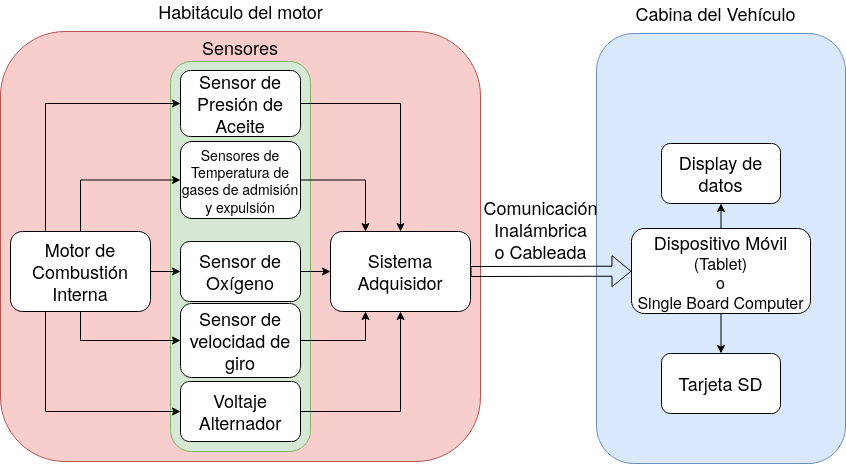
Earlier version of the draw.io export Figuras/diagrama_proyecto.png (mignacio/Plantilla-planificacion). Source tidied: cells renumbered, new cells last; positions are measured from the earlier drawing's top-left corner, leaving out a move shared by most shapes. Source of this version:
```xml
<mxGraphModel>
  <root>
    <mxCell id="0" />
    <mxCell id="1" parent="0" />
    <mxCell id="2" style="rounded=1;whiteSpace=wrap;html=1;glass=0;labelBackgroundColor=none;fillColor=#dae8fc;strokeColor=#6c8ebf;" parent="1" vertex="1">
      <mxGeometry x="596" y="32" width="249" height="430" as="geometry" />
    </mxCell>
    <mxCell id="3" style="rounded=1;whiteSpace=wrap;html=1;glass=0;labelBackgroundColor=none;fillColor=#f8cecc;strokeColor=#b85450;" parent="1" vertex="1">
      <mxGeometry y="30" width="480" height="430" as="geometry" />
    </mxCell>
    <mxCell id="4" style="rounded=1;whiteSpace=wrap;html=1;fillColor=#d5e8d4;strokeColor=#82b366;glass=0;" parent="1" vertex="1">
      <mxGeometry x="170" y="60" width="140" height="390" as="geometry" />
    </mxCell>
    <mxCell id="5" style="edgeStyle=orthogonalEdgeStyle;rounded=0;jettySize=auto;html=1;exitX=0.25;exitY=0;exitDx=0;exitDy=0;entryX=0;entryY=0.5;entryDx=0;entryDy=0;" parent="1" edge="1" source="10" target="12">
      <mxGeometry relative="1" as="geometry" />
    </mxCell>
    <mxCell id="6" style="edgeStyle=orthogonalEdgeStyle;rounded=0;jettySize=auto;html=1;exitX=0.5;exitY=0;exitDx=0;exitDy=0;entryX=0;entryY=0.5;entryDx=0;entryDy=0;" parent="1" edge="1" source="10" target="14">
      <mxGeometry relative="1" as="geometry" />
    </mxCell>
    <mxCell id="7" style="edgeStyle=orthogonalEdgeStyle;rounded=0;jettySize=auto;html=1;exitX=0.5;exitY=1;exitDx=0;exitDy=0;entryX=0;entryY=0.5;entryDx=0;entryDy=0;" parent="1" edge="1" source="10" target="16">
      <mxGeometry relative="1" as="geometry" />
    </mxCell>
    <mxCell id="8" style="edgeStyle=orthogonalEdgeStyle;rounded=0;jettySize=auto;html=1;exitX=1;exitY=0.5;exitDx=0;exitDy=0;entryX=0;entryY=0.5;entryDx=0;entryDy=0;" parent="1" edge="1" source="10" target="18">
      <mxGeometry relative="1" as="geometry" />
    </mxCell>
    <mxCell id="9" style="edgeStyle=orthogonalEdgeStyle;rounded=0;jettySize=auto;html=1;exitX=0.25;exitY=1;exitDx=0;exitDy=0;entryX=0;entryY=0.5;entryDx=0;entryDy=0;" parent="1" edge="1" source="10" target="20">
      <mxGeometry relative="1" as="geometry" />
    </mxCell>
    <mxCell id="10" value="&lt;font style=&quot;font-size: 18px&quot;&gt;Motor de Combustión Interna&lt;/font&gt;" style="rounded=1;whiteSpace=wrap;html=1;" parent="1" vertex="1">
      <mxGeometry x="10" y="230" width="140" height="80" as="geometry" />
    </mxCell>
    <mxCell id="11" style="edgeStyle=orthogonalEdgeStyle;rounded=0;jettySize=auto;html=1;exitX=1;exitY=0.5;exitDx=0;exitDy=0;entryX=0.5;entryY=0;entryDx=0;entryDy=0;" parent="1" edge="1" source="12" target="21">
      <mxGeometry relative="1" as="geometry" />
    </mxCell>
    <mxCell id="12" value="&lt;font style=&quot;font-size: 18px&quot;&gt;Sensor de Presión de Aceite&lt;/font&gt;" style="rounded=1;whiteSpace=wrap;html=1;" parent="1" vertex="1">
      <mxGeometry x="180" y="69" width="120" height="66" as="geometry" />
    </mxCell>
    <mxCell id="13" style="edgeStyle=orthogonalEdgeStyle;rounded=0;jettySize=auto;html=1;exitX=1;exitY=0.5;exitDx=0;exitDy=0;entryX=0.25;entryY=0;entryDx=0;entryDy=0;" parent="1" edge="1" source="14" target="21">
      <mxGeometry relative="1" as="geometry" />
    </mxCell>
    <mxCell id="14" value="&lt;div&gt;&lt;font style=&quot;font-size: 14px&quot;&gt;Sensores de Temperatura de gases de admisión y expulsión&lt;/font&gt;&lt;/div&gt;" style="rounded=1;whiteSpace=wrap;html=1;" parent="1" vertex="1">
      <mxGeometry x="180" y="140" width="120" height="77" as="geometry" />
    </mxCell>
    <mxCell id="15" style="edgeStyle=orthogonalEdgeStyle;rounded=0;jettySize=auto;html=1;exitX=1;exitY=0.5;exitDx=0;exitDy=0;entryX=0.25;entryY=1;entryDx=0;entryDy=0;" parent="1" edge="1" source="16" target="21">
      <mxGeometry relative="1" as="geometry" />
    </mxCell>
    <mxCell id="16" value="&lt;font style=&quot;font-size: 18px&quot;&gt;Sensor de velocidad de giro&lt;/font&gt;" style="rounded=1;whiteSpace=wrap;html=1;" parent="1" vertex="1">
      <mxGeometry x="180" y="302" width="120" height="74" as="geometry" />
    </mxCell>
    <mxCell id="17" style="edgeStyle=orthogonalEdgeStyle;rounded=0;jettySize=auto;html=1;exitX=1;exitY=0.5;exitDx=0;exitDy=0;entryX=0;entryY=0.5;entryDx=0;entryDy=0;" parent="1" edge="1" source="18" target="21">
      <mxGeometry relative="1" as="geometry" />
    </mxCell>
    <mxCell id="18" value="&lt;font style=&quot;font-size: 18px&quot;&gt;Sensor de Oxígeno&lt;/font&gt;" style="rounded=1;whiteSpace=wrap;html=1;" parent="1" vertex="1">
      <mxGeometry x="180" y="240" width="120" height="60" as="geometry" />
    </mxCell>
    <mxCell id="19" style="edgeStyle=orthogonalEdgeStyle;rounded=0;jettySize=auto;html=1;exitX=1;exitY=0.5;exitDx=0;exitDy=0;entryX=0.5;entryY=1;entryDx=0;entryDy=0;" parent="1" edge="1" source="20" target="21">
      <mxGeometry relative="1" as="geometry" />
    </mxCell>
    <mxCell id="20" value="&lt;font style=&quot;font-size: 18px&quot;&gt;Voltaje Alternador&lt;/font&gt;" style="rounded=1;whiteSpace=wrap;html=1;" parent="1" vertex="1">
      <mxGeometry x="180" y="380" width="120" height="60" as="geometry" />
    </mxCell>
    <mxCell id="21" value="&lt;font style=&quot;font-size: 18px&quot;&gt;Sistema Adquisidor&lt;/font&gt;" style="rounded=1;whiteSpace=wrap;html=1;" parent="1" vertex="1">
      <mxGeometry x="330" y="230" width="140" height="80" as="geometry" />
    </mxCell>
    <mxCell id="22" style="edgeStyle=orthogonalEdgeStyle;rounded=0;jettySize=auto;html=1;exitX=0.5;exitY=0;exitDx=0;exitDy=0;entryX=0.5;entryY=1;entryDx=0;entryDy=0;" parent="1" edge="1" source="24" target="27">
      <mxGeometry relative="1" as="geometry" />
    </mxCell>
    <mxCell id="23" style="edgeStyle=orthogonalEdgeStyle;rounded=0;jettySize=auto;html=1;exitX=0.5;exitY=1;exitDx=0;exitDy=0;entryX=0.5;entryY=0;entryDx=0;entryDy=0;" parent="1" edge="1" source="24" target="28">
      <mxGeometry relative="1" as="geometry" />
    </mxCell>
    <mxCell id="24" value="&lt;div&gt;&lt;font style=&quot;font-size: 18px&quot;&gt;Dispositivo Móvil&lt;/font&gt;&lt;/div&gt;&lt;div&gt;&lt;font size=&quot;3&quot;&gt;(Tablet)&lt;/font&gt;&lt;/div&gt;&lt;div&gt;&lt;font size=&quot;3&quot;&gt;o &lt;br&gt;&lt;/font&gt;&lt;/div&gt;&lt;div&gt;&lt;font size=&quot;3&quot;&gt;Single Board Computer&lt;br&gt;&lt;/font&gt;&lt;/div&gt;" style="rounded=1;whiteSpace=wrap;html=1;" parent="1" vertex="1">
      <mxGeometry x="631" y="227" width="179" height="85" as="geometry" />
    </mxCell>
    <mxCell id="25" value="&lt;font style=&quot;font-size: 18px&quot;&gt;Sensores&lt;/font&gt;" style="text;html=1;strokeColor=none;fillColor=none;align=center;verticalAlign=middle;whiteSpace=wrap;rounded=0;glass=0;" parent="1" vertex="1">
      <mxGeometry x="190" y="36" width="100" height="20" as="geometry" />
    </mxCell>
    <mxCell id="26" value="&lt;font style=&quot;font-size: 18px&quot;&gt;Habitáculo del motor&lt;/font&gt;" style="text;html=1;strokeColor=none;fillColor=none;align=center;verticalAlign=middle;whiteSpace=wrap;rounded=0;glass=0;labelBackgroundColor=none;" parent="1" vertex="1">
      <mxGeometry x="143.5" width="193" height="20" as="geometry" />
    </mxCell>
    <mxCell id="27" value="&lt;font style=&quot;font-size: 18px&quot;&gt;Display de datos&lt;/font&gt;" style="rounded=1;whiteSpace=wrap;html=1;glass=0;labelBackgroundColor=none;" parent="1" vertex="1">
      <mxGeometry x="661" y="142" width="119" height="60" as="geometry" />
    </mxCell>
    <mxCell id="28" value="&lt;font style=&quot;font-size: 18px&quot;&gt;Tarjeta SD&lt;/font&gt;" style="rounded=1;whiteSpace=wrap;html=1;glass=0;labelBackgroundColor=none;" parent="1" vertex="1">
      <mxGeometry x="661" y="352" width="119" height="60" as="geometry" />
    </mxCell>
    <mxCell id="29" value="&lt;font style=&quot;font-size: 18px&quot;&gt;Cabina del Vehículo&lt;/font&gt;" style="text;html=1;strokeColor=none;fillColor=none;align=center;verticalAlign=middle;whiteSpace=wrap;rounded=0;glass=0;labelBackgroundColor=none;" parent="1" vertex="1">
      <mxGeometry x="631" y="2" width="169" height="20" as="geometry" />
    </mxCell>
    <mxCell id="30" style="shape=flexArrow;endArrow=classic;html=1;exitX=1;exitY=0.5;exitDx=0;exitDy=0;" parent="1" edge="1" source="21" target="24">
      <mxGeometry relative="1" as="geometry" />
    </mxCell>
    <mxCell id="31" value="&lt;div&gt;&lt;font style=&quot;font-size: 18px&quot;&gt;Comunicación Inalámbrica&lt;/font&gt;&lt;/div&gt;&lt;div&gt;&lt;font style=&quot;font-size: 18px&quot;&gt; o Cableada&lt;/font&gt;&lt;/div&gt;" style="text;html=1;strokeColor=none;fillColor=none;align=center;verticalAlign=middle;whiteSpace=wrap;rounded=0;glass=0;labelBackgroundColor=none;" parent="1" vertex="1">
      <mxGeometry x="444" y="218" width="193" height="20" as="geometry" />
    </mxCell>
  </root>
</mxGraphModel>
```
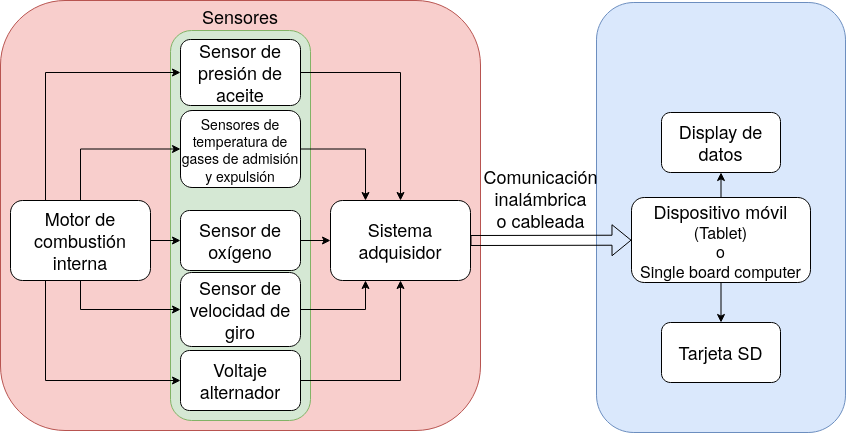
The same diagram one commit later.

Commit message:
corrección en textos de diagrama en bloques

The edit, as a diff of the source:
```diff
@@ -26,19 +26,19 @@
     <mxCell id="9" style="edgeStyle=orthogonalEdgeStyle;rounded=0;jettySize=auto;html=1;exitX=0.25;exitY=1;exitDx=0;exitDy=0;entryX=0;entryY=0.5;entryDx=0;entryDy=0;" parent="1" edge="1" source="10" target="20">
       <mxGeometry relative="1" as="geometry" />
     </mxCell>
-    <mxCell id="10" value="&lt;font style=&quot;font-size: 18px&quot;&gt;Motor de Combustión Interna&lt;/font&gt;" style="rounded=1;whiteSpace=wrap;html=1;" parent="1" vertex="1">
+    <mxCell id="10" value="&lt;font style=&quot;font-size: 18px&quot;&gt;Motor de combustión interna&lt;/font&gt;" style="rounded=1;whiteSpace=wrap;html=1;" parent="1" vertex="1">
       <mxGeometry x="10" y="230" width="140" height="80" as="geometry" />
     </mxCell>
     <mxCell id="11" style="edgeStyle=orthogonalEdgeStyle;rounded=0;jettySize=auto;html=1;exitX=1;exitY=0.5;exitDx=0;exitDy=0;entryX=0.5;entryY=0;entryDx=0;entryDy=0;" parent="1" edge="1" source="12" target="21">
       <mxGeometry relative="1" as="geometry" />
     </mxCell>
-    <mxCell id="12" value="&lt;font style=&quot;font-size: 18px&quot;&gt;Sensor de Presión de Aceite&lt;/font&gt;" style="rounded=1;whiteSpace=wrap;html=1;" parent="1" vertex="1">
+    <mxCell id="12" value="&lt;font style=&quot;font-size: 18px&quot;&gt;Sensor de presión de aceite&lt;br&gt;&lt;/font&gt;" style="rounded=1;whiteSpace=wrap;html=1;" parent="1" vertex="1">
       <mxGeometry x="180" y="69" width="120" height="66" as="geometry" />
     </mxCell>
     <mxCell id="13" style="edgeStyle=orthogonalEdgeStyle;rounded=0;jettySize=auto;html=1;exitX=1;exitY=0.5;exitDx=0;exitDy=0;entryX=0.25;entryY=0;entryDx=0;entryDy=0;" parent="1" edge="1" source="14" target="21">
       <mxGeometry relative="1" as="geometry" />
     </mxCell>
-    <mxCell id="14" value="&lt;div&gt;&lt;font style=&quot;font-size: 14px&quot;&gt;Sensores de Temperatura de gases de admisión y expulsión&lt;/font&gt;&lt;/div&gt;" style="rounded=1;whiteSpace=wrap;html=1;" parent="1" vertex="1">
+    <mxCell id="14" value="&lt;div&gt;&lt;font style=&quot;font-size: 14px&quot;&gt;Sensores de temperatura de gases de admisión y expulsión&lt;/font&gt;&lt;/div&gt;" style="rounded=1;whiteSpace=wrap;html=1;" parent="1" vertex="1">
       <mxGeometry x="180" y="140" width="120" height="77" as="geometry" />
     </mxCell>
     <mxCell id="15" style="edgeStyle=orthogonalEdgeStyle;rounded=0;jettySize=auto;html=1;exitX=1;exitY=0.5;exitDx=0;exitDy=0;entryX=0.25;entryY=1;entryDx=0;entryDy=0;" parent="1" edge="1" source="16" target="21">
@@ -50,47 +50,41 @@
     <mxCell id="17" style="edgeStyle=orthogonalEdgeStyle;rounded=0;jettySize=auto;html=1;exitX=1;exitY=0.5;exitDx=0;exitDy=0;entryX=0;entryY=0.5;entryDx=0;entryDy=0;" parent="1" edge="1" source="18" target="21">
       <mxGeometry relative="1" as="geometry" />
     </mxCell>
-    <mxCell id="18" value="&lt;font style=&quot;font-size: 18px&quot;&gt;Sensor de Oxígeno&lt;/font&gt;" style="rounded=1;whiteSpace=wrap;html=1;" parent="1" vertex="1">
+    <mxCell id="18" value="&lt;font style=&quot;font-size: 18px&quot;&gt;Sensor de oxígeno&lt;/font&gt;" style="rounded=1;whiteSpace=wrap;html=1;" parent="1" vertex="1">
       <mxGeometry x="180" y="240" width="120" height="60" as="geometry" />
     </mxCell>
     <mxCell id="19" style="edgeStyle=orthogonalEdgeStyle;rounded=0;jettySize=auto;html=1;exitX=1;exitY=0.5;exitDx=0;exitDy=0;entryX=0.5;entryY=1;entryDx=0;entryDy=0;" parent="1" edge="1" source="20" target="21">
       <mxGeometry relative="1" as="geometry" />
     </mxCell>
-    <mxCell id="20" value="&lt;font style=&quot;font-size: 18px&quot;&gt;Voltaje Alternador&lt;/font&gt;" style="rounded=1;whiteSpace=wrap;html=1;" parent="1" vertex="1">
+    <mxCell id="20" value="&lt;font style=&quot;font-size: 18px&quot;&gt;Voltaje alternador&lt;/font&gt;" style="rounded=1;whiteSpace=wrap;html=1;" parent="1" vertex="1">
       <mxGeometry x="180" y="380" width="120" height="60" as="geometry" />
     </mxCell>
-    <mxCell id="21" value="&lt;font style=&quot;font-size: 18px&quot;&gt;Sistema Adquisidor&lt;/font&gt;" style="rounded=1;whiteSpace=wrap;html=1;" parent="1" vertex="1">
+    <mxCell id="21" value="&lt;font style=&quot;font-size: 18px&quot;&gt;Sistema adquisidor&lt;/font&gt;" style="rounded=1;whiteSpace=wrap;html=1;" parent="1" vertex="1">
       <mxGeometry x="330" y="230" width="140" height="80" as="geometry" />
     </mxCell>
-    <mxCell id="22" style="edgeStyle=orthogonalEdgeStyle;rounded=0;jettySize=auto;html=1;exitX=0.5;exitY=0;exitDx=0;exitDy=0;entryX=0.5;entryY=1;entryDx=0;entryDy=0;" parent="1" edge="1" source="24" target="27">
+    <mxCell id="22" style="edgeStyle=orthogonalEdgeStyle;rounded=0;jettySize=auto;html=1;exitX=0.5;exitY=0;exitDx=0;exitDy=0;entryX=0.5;entryY=1;entryDx=0;entryDy=0;" parent="1" edge="1" source="24" target="26">
       <mxGeometry relative="1" as="geometry" />
     </mxCell>
-    <mxCell id="23" style="edgeStyle=orthogonalEdgeStyle;rounded=0;jettySize=auto;html=1;exitX=0.5;exitY=1;exitDx=0;exitDy=0;entryX=0.5;entryY=0;entryDx=0;entryDy=0;" parent="1" edge="1" source="24" target="28">
+    <mxCell id="23" style="edgeStyle=orthogonalEdgeStyle;rounded=0;jettySize=auto;html=1;exitX=0.5;exitY=1;exitDx=0;exitDy=0;entryX=0.5;entryY=0;entryDx=0;entryDy=0;" parent="1" edge="1" source="24" target="27">
       <mxGeometry relative="1" as="geometry" />
     </mxCell>
-    <mxCell id="24" value="&lt;div&gt;&lt;font style=&quot;font-size: 18px&quot;&gt;Dispositivo Móvil&lt;/font&gt;&lt;/div&gt;&lt;div&gt;&lt;font size=&quot;3&quot;&gt;(Tablet)&lt;/font&gt;&lt;/div&gt;&lt;div&gt;&lt;font size=&quot;3&quot;&gt;o &lt;br&gt;&lt;/font&gt;&lt;/div&gt;&lt;div&gt;&lt;font size=&quot;3&quot;&gt;Single Board Computer&lt;br&gt;&lt;/font&gt;&lt;/div&gt;" style="rounded=1;whiteSpace=wrap;html=1;" parent="1" vertex="1">
+    <mxCell id="24" value="&lt;div&gt;&lt;font style=&quot;font-size: 18px&quot;&gt;Dispositivo móvil&lt;/font&gt;&lt;/div&gt;&lt;div&gt;&lt;font size=&quot;3&quot;&gt;(Tablet)&lt;/font&gt;&lt;/div&gt;&lt;div&gt;&lt;font size=&quot;3&quot;&gt;o &lt;br&gt;&lt;/font&gt;&lt;/div&gt;&lt;div&gt;&lt;font size=&quot;3&quot;&gt;Single board computer&lt;br&gt;&lt;/font&gt;&lt;/div&gt;" style="rounded=1;whiteSpace=wrap;html=1;" parent="1" vertex="1">
       <mxGeometry x="631" y="227" width="179" height="85" as="geometry" />
     </mxCell>
     <mxCell id="25" value="&lt;font style=&quot;font-size: 18px&quot;&gt;Sensores&lt;/font&gt;" style="text;html=1;strokeColor=none;fillColor=none;align=center;verticalAlign=middle;whiteSpace=wrap;rounded=0;glass=0;" parent="1" vertex="1">
       <mxGeometry x="190" y="36" width="100" height="20" as="geometry" />
     </mxCell>
-    <mxCell id="26" value="&lt;font style=&quot;font-size: 18px&quot;&gt;Habitáculo del motor&lt;/font&gt;" style="text;html=1;strokeColor=none;fillColor=none;align=center;verticalAlign=middle;whiteSpace=wrap;rounded=0;glass=0;labelBackgroundColor=none;" parent="1" vertex="1">
-      <mxGeometry x="143.5" width="193" height="20" as="geometry" />
+    <mxCell id="26" value="&lt;font style=&quot;font-size: 18px&quot;&gt;Display de datos&lt;/font&gt;" style="rounded=1;whiteSpace=wrap;html=1;glass=0;labelBackgroundColor=none;" parent="1" vertex="1">
+      <mxGeometry x="661" y="142" width="119" height="60" as="geometry" />
     </mxCell>
-    <mxCell id="27" value="&lt;font style=&quot;font-size: 18px&quot;&gt;Display de datos&lt;/font&gt;" style="rounded=1;whiteSpace=wrap;html=1;glass=0;labelBackgroundColor=none;" parent="1" vertex="1">
-      <mxGeometry x="661" y="142" width="119" height="60" as="geometry" />
+    <mxCell id="27" value="&lt;font style=&quot;font-size: 18px&quot;&gt;Tarjeta SD&lt;/font&gt;" style="rounded=1;whiteSpace=wrap;html=1;glass=0;labelBackgroundColor=none;" parent="1" vertex="1">
+      <mxGeometry x="661" y="352" width="119" height="60" as="geometry" />
     </mxCell>
-    <mxCell id="28" value="&lt;font style=&quot;font-size: 18px&quot;&gt;Tarjeta SD&lt;/font&gt;" style="rounded=1;whiteSpace=wrap;html=1;glass=0;labelBackgroundColor=none;" parent="1" vertex="1">
-      <mxGeometry x="661" y="352" width="119" height="60" as="geometry" />
+    <mxCell id="28" style="shape=flexArrow;endArrow=classic;html=1;exitX=1;exitY=0.5;exitDx=0;exitDy=0;" parent="1" edge="1" source="21" target="24">
+      <mxGeometry relative="1" as="geometry" />
     </mxCell>
-    <mxCell id="29" value="&lt;font style=&quot;font-size: 18px&quot;&gt;Cabina del Vehículo&lt;/font&gt;" style="text;html=1;strokeColor=none;fillColor=none;align=center;verticalAlign=middle;whiteSpace=wrap;rounded=0;glass=0;labelBackgroundColor=none;" parent="1" vertex="1">
-      <mxGeometry x="631" y="2" width="169" height="20" as="geometry" />
+    <mxCell id="29" value="&lt;div&gt;&lt;font style=&quot;font-size: 18px&quot;&gt;Comunicación inalámbrica&lt;/font&gt;&lt;/div&gt;&lt;div&gt;&lt;font style=&quot;font-size: 18px&quot;&gt; o cableada&lt;/font&gt;&lt;/div&gt;" style="text;html=1;strokeColor=none;fillColor=none;align=center;verticalAlign=middle;whiteSpace=wrap;rounded=0;glass=0;labelBackgroundColor=none;" parent="1" vertex="1">
+      <mxGeometry x="444" y="218" width="193" height="20" as="geometry" />
     </mxCell>
-    <mxCell id="30" style="shape=flexArrow;endArrow=classic;html=1;exitX=1;exitY=0.5;exitDx=0;exitDy=0;" parent="1" edge="1" source="21" target="24">
-      <mxGeometry relative="1" as="geometry" />
-    </mxCell>
-    <mxCell id="31" value="&lt;div&gt;&lt;font style=&quot;font-size: 18px&quot;&gt;Comunicación Inalámbrica&lt;/font&gt;&lt;/div&gt;&lt;div&gt;&lt;font style=&quot;font-size: 18px&quot;&gt; o Cableada&lt;/font&gt;&lt;/div&gt;" style="text;html=1;strokeColor=none;fillColor=none;align=center;verticalAlign=middle;whiteSpace=wrap;rounded=0;glass=0;labelBackgroundColor=none;" parent="1" vertex="1">
-      <mxGeometry x="444" y="218" width="193" height="20" as="geometry" />
-    </mxCell>
   </root>
 </mxGraphModel>
```
